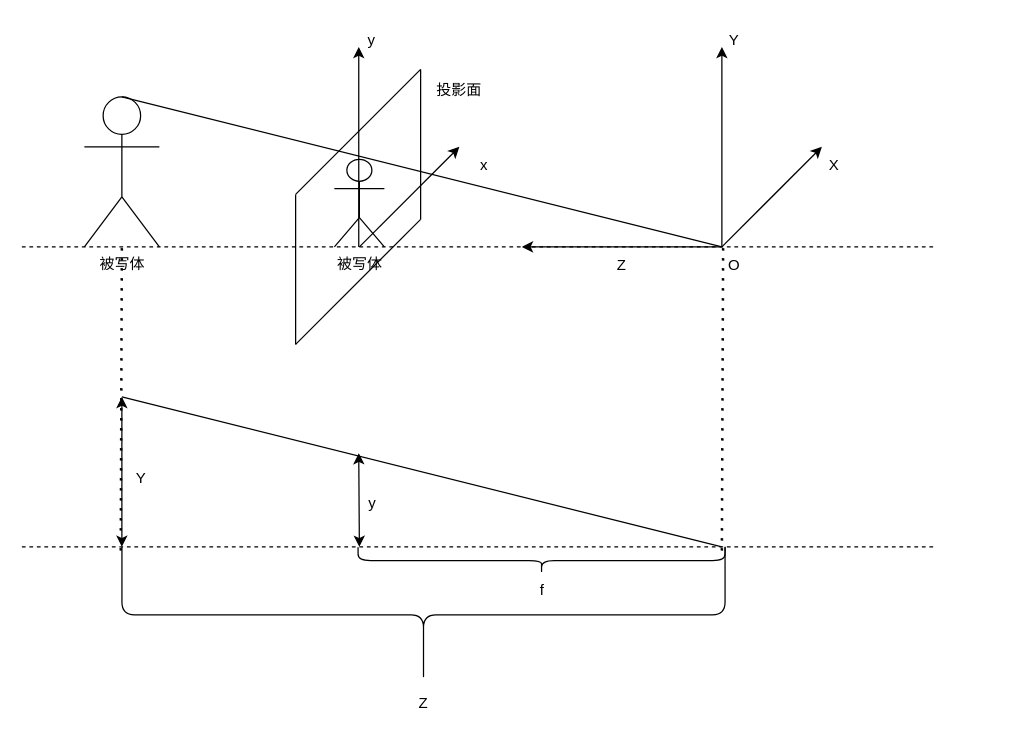
Above: doc/pic/PPM.drawio in Ryota-Cy/ImageProcessTraining (draw.io), before the change. Source tidied: cells renumbered, new cells numbered last; positions are measured from the earlier drawing's top-left corner, leaving out a move shared by most shapes. Both pictures are drawn from the tidied source at 125%, with x=0, y=0 at pixel (21, 21).
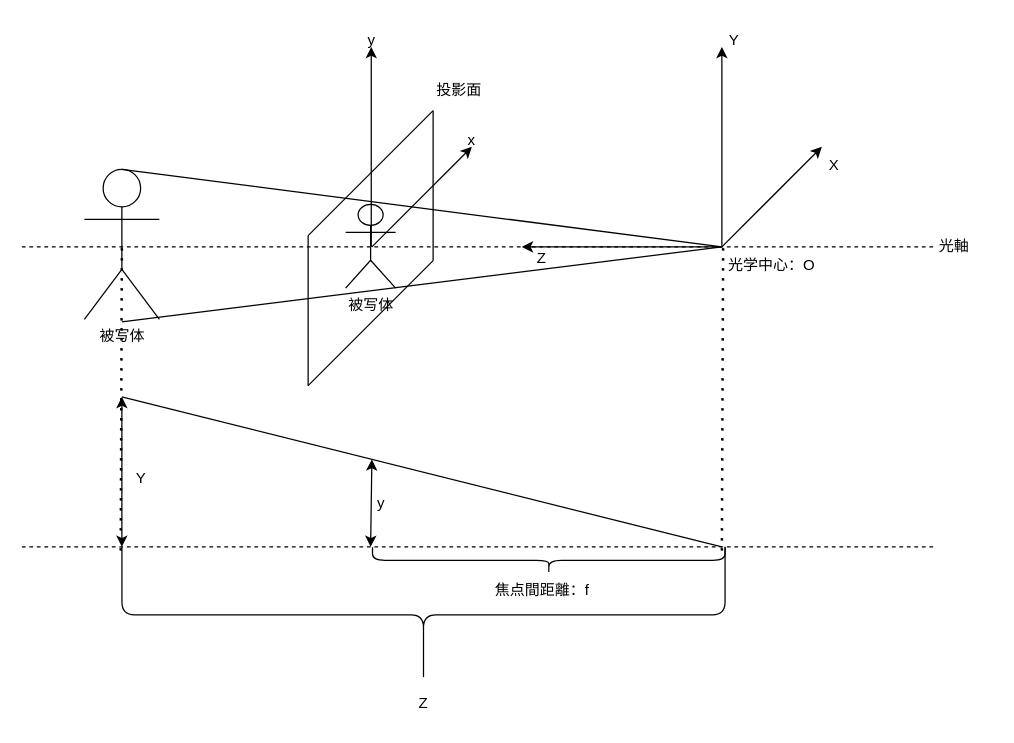
Above is the later version.

Commit message:
PPM.drawio を更新します

The edit, as a diff of the source:
```diff
@@
     <mxCell id="2" value="被写体&lt;div&gt;&lt;br&gt;&lt;/div&gt;" style="shape=umlActor;verticalLabelPosition=bottom;verticalAlign=top;html=1;outlineConnect=0;" parent="1" vertex="1">
-      <mxGeometry x="50" y="60" width="60" height="120" as="geometry" />
+      <mxGeometry x="50" y="118" width="60" height="120" as="geometry" />
     </mxCell>
@@
     <mxCell id="8" value="Z" style="text;html=1;align=center;verticalAlign=middle;whiteSpace=wrap;rounded=0;" parent="1" vertex="1">
-      <mxGeometry x="450" y="180" width="60" height="30" as="geometry" />
+      <mxGeometry x="386" y="174" width="60" height="30" as="geometry" />
     </mxCell>
@@
     <mxCell id="11" value="被写体&lt;div&gt;&lt;br&gt;&lt;/div&gt;" style="shape=umlActor;verticalLabelPosition=bottom;verticalAlign=top;html=1;" parent="1" vertex="1">
-      <mxGeometry x="250" y="110" width="40" height="70" as="geometry" />
+      <mxGeometry x="259" y="146" width="40" height="67" as="geometry" />
     </mxCell>
     <mxCell id="12" style="endArrow=classic;html=1;rounded=0;" parent="1" edge="1">
       <mxGeometry relative="1" as="geometry">
-        <mxPoint x="269.5" y="180" as="sourcePoint" />
-        <mxPoint x="269.5" y="20" as="targetPoint" />
+        <mxPoint x="279.5" y="180" as="sourcePoint" />
+        <mxPoint x="279.5" y="20" as="targetPoint" />
       </mxGeometry>
     </mxCell>
     <mxCell id="13" style="endArrow=classic;html=1;rounded=0;" parent="1" edge="1">
       <mxGeometry relative="1" as="geometry">
-        <mxPoint x="270" y="180" as="sourcePoint" />
-        <mxPoint x="350" y="100" as="targetPoint" />
+        <mxPoint x="280" y="180" as="sourcePoint" />
+        <mxPoint x="360" y="100" as="targetPoint" />
       </mxGeometry>
     </mxCell>
     <mxCell id="14" value="x" style="text;html=1;align=center;verticalAlign=middle;whiteSpace=wrap;rounded=0;" parent="1" vertex="1">
-      <mxGeometry x="340" y="100" width="60" height="30" as="geometry" />
+      <mxGeometry x="330" y="80" width="60" height="30" as="geometry" />
     </mxCell>
@@
     <mxCell id="16" style="endArrow=none;html=1;rounded=0;" parent="1" edge="1">
       <mxGeometry relative="1" as="geometry">
-        <mxPoint x="219" y="258" as="sourcePoint" />
-        <mxPoint x="319" y="158" as="targetPoint" />
+        <mxPoint x="229" y="291" as="sourcePoint" />
+        <mxPoint x="329" y="191" as="targetPoint" />
       </mxGeometry>
     </mxCell>
     <mxCell id="17" style="endArrow=none;html=1;rounded=0;" parent="1" edge="1">
       <mxGeometry relative="1" as="geometry">
-        <mxPoint x="219" y="258" as="sourcePoint" />
-        <mxPoint x="219" y="138" as="targetPoint" />
+        <mxPoint x="229" y="291" as="sourcePoint" />
+        <mxPoint x="229" y="171" as="targetPoint" />
       </mxGeometry>
     </mxCell>
     <mxCell id="18" style="endArrow=none;html=1;rounded=0;" parent="1" edge="1">
       <mxGeometry relative="1" as="geometry">
-        <mxPoint x="319" y="158" as="sourcePoint" />
-        <mxPoint x="319" y="38" as="targetPoint" />
+        <mxPoint x="329" y="191" as="sourcePoint" />
+        <mxPoint x="329" y="71" as="targetPoint" />
       </mxGeometry>
     </mxCell>
     <mxCell id="19" style="endArrow=none;html=1;rounded=0;" parent="1" edge="1">
       <mxGeometry relative="1" as="geometry">
-        <mxPoint x="219" y="138" as="sourcePoint" />
-        <mxPoint x="319" y="38" as="targetPoint" />
+        <mxPoint x="229" y="171" as="sourcePoint" />
+        <mxPoint x="329" y="71" as="targetPoint" />
       </mxGeometry>
     </mxCell>
@@
-    <mxCell id="25" style="endArrow=classic;startArrow=classic;html=1;rounded=0;entryX=0.5;entryY=0;entryDx=0;entryDy=0;entryPerimeter=0;" parent="1" edge="1">
+    <mxCell id="25" style="endArrow=classic;startArrow=classic;html=1;rounded=0;" parent="1" edge="1">
       <mxGeometry relative="1" as="geometry">
-        <mxPoint x="270" y="420" as="sourcePoint" />
-        <mxPoint x="269.5" y="345" as="targetPoint" />
+        <mxPoint x="279" y="420" as="sourcePoint" />
+        <mxPoint x="280" y="350" as="targetPoint" />
       </mxGeometry>
     </mxCell>
     <mxCell id="26" value="y" style="text;html=1;align=center;verticalAlign=middle;strokeColor=none;fillColor=none;" parent="1" vertex="1">
-      <mxGeometry x="265" y="370" width="30" height="30" as="geometry" />
+      <mxGeometry x="272" y="370" width="30" height="30" as="geometry" />
     </mxCell>
@@
     <mxCell id="29" style="shape=curlyBracket;whiteSpace=wrap;html=1;rounded=1;flipH=1;labelPosition=right;verticalLabelPosition=middle;align=left;verticalAlign=middle;rotation=90;" parent="1" vertex="1">
-      <mxGeometry x="405.2" y="284.1" width="21.1" height="293.6" as="geometry" />
+      <mxGeometry x="411" y="289.8" width="21.1" height="282.1" as="geometry" />
     </mxCell>
-    <mxCell id="30" value="f" style="text;html=1;align=center;verticalAlign=middle;strokeColor=none;fillColor=none;" parent="1" vertex="1">
-      <mxGeometry x="400.8" y="440" width="30" height="30" as="geometry" />
+    <mxCell id="30" value="焦点間距離：f" style="text;html=1;align=center;verticalAlign=middle;strokeColor=none;fillColor=none;" parent="1" vertex="1">
+      <mxGeometry x="365.8" y="440" width="100" height="30" as="geometry" />
     </mxCell>
@@
-    <mxCell id="33" value="O" style="text;html=1;align=center;verticalAlign=middle;whiteSpace=wrap;rounded=0;" parent="1" vertex="1">
-      <mxGeometry x="540" y="180" width="60" height="30" as="geometry" />
+    <mxCell id="33" value="光学中心：O" style="text;html=1;align=center;verticalAlign=middle;whiteSpace=wrap;rounded=0;" parent="1" vertex="1">
+      <mxGeometry x="560" y="180" width="80" height="30" as="geometry" />
     </mxCell>
+    <mxCell id="34" value="光軸" style="text;html=1;align=center;verticalAlign=middle;whiteSpace=wrap;rounded=0;" parent="1" vertex="1">
+      <mxGeometry x="716" y="165" width="60" height="30" as="geometry" />
+    </mxCell>
+    <mxCell id="35" style="endArrow=none;html=1;rounded=0;entryX=0;entryY=0;entryDx=0;entryDy=0;" parent="1" edge="1" target="33">
+      <mxGeometry relative="1" as="geometry">
+        <mxPoint x="80" y="240" as="sourcePoint" />
+      </mxGeometry>
+    </mxCell>
```
